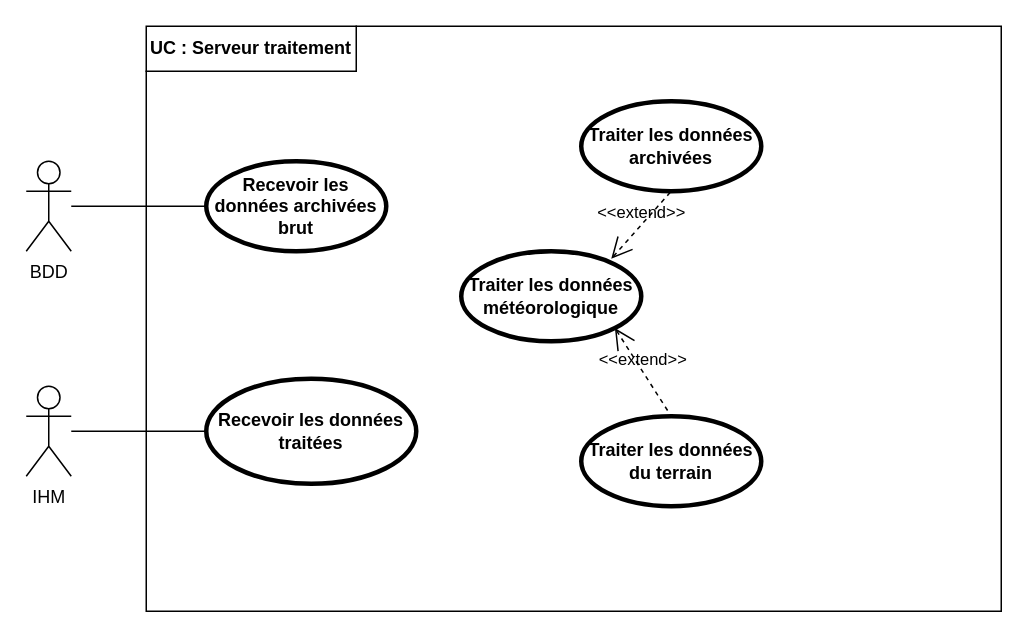
Before: documentation/Use_case_Serveur traitement.drawio in ToGen49/Hippodrome, a draw.io diagram. Source tidied: cells renumbered, new cells numbered last; positions are measured from the earlier drawing's top-left corner, leaving out a move shared by most shapes. Both pictures are drawn from the tidied source at 150%, with x=0, y=0 at pixel (26, 26).
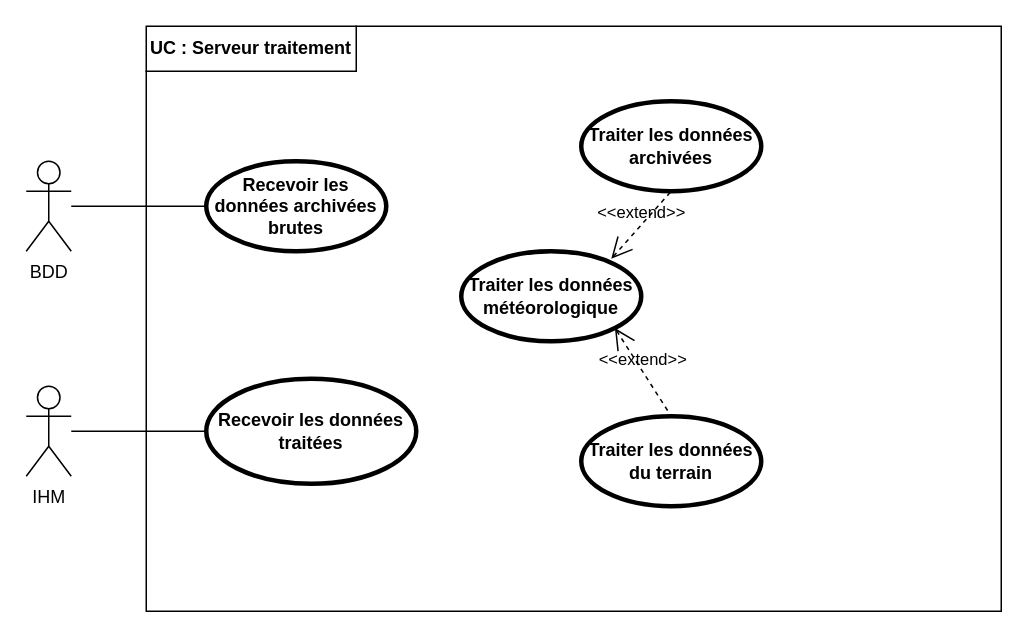
The same page after the edit.

Commit message (it also covers changes not shown here):
Mettre à jour Use_case_Serveur traitement.drawio

Diff of the diagram source:
```diff
@@
 <mxGraphModel>
   <root>
     <mxCell id="0" />
     <mxCell id="1" parent="0" />
     <mxCell id="2" style="rounded=0;whiteSpace=wrap;html=1;" parent="1" vertex="1">
       <mxGeometry x="80" width="570" height="390" as="geometry" />
     </mxCell>
     <mxCell id="3" value="BDD" style="shape=umlActor;verticalLabelPosition=bottom;verticalAlign=top;html=1;outlineConnect=0;" parent="1" vertex="1">
       <mxGeometry y="90" width="30" height="60" as="geometry" />
     </mxCell>
     <mxCell id="4" value="&lt;b&gt;UC : Serveur traitement&lt;/b&gt;" style="shape=partialRectangle;whiteSpace=wrap;html=1;top=0;left=0;fillColor=none;" parent="1" vertex="1">
       <mxGeometry x="80" width="140" height="30" as="geometry" />
     </mxCell>
     <mxCell id="5" value="IHM" style="shape=umlActor;verticalLabelPosition=bottom;verticalAlign=top;html=1;outlineConnect=0;" parent="1" vertex="1">
       <mxGeometry y="240" width="30" height="60" as="geometry" />
     </mxCell>
     <mxCell id="6" style="endArrow=none;html=1;rounded=0;exitX=0;exitY=0.5;exitDx=0;exitDy=0;" parent="1" edge="1" source="11" target="5">
       <mxGeometry relative="1" as="geometry" />
     </mxCell>
     <mxCell id="7" value="&amp;lt;&amp;lt;extend&amp;gt;&amp;gt;" style="edgeStyle=none;html=1;startArrow=open;endArrow=none;startSize=12;verticalAlign=bottom;dashed=1;labelBackgroundColor=none;rounded=0;entryX=0.5;entryY=1;entryDx=0;entryDy=0;exitX=0.5;exitY=0;exitDx=0;exitDy=0;" parent="1" edge="1" target="12">
       <mxGeometry relative="1" as="geometry">
         <mxPoint x="390" y="155" as="sourcePoint" />
       </mxGeometry>
     </mxCell>
     <mxCell id="8" value="&amp;lt;&amp;lt;extend&amp;gt;&amp;gt;" style="edgeStyle=none;html=1;startArrow=open;endArrow=none;startSize=12;verticalAlign=bottom;dashed=1;labelBackgroundColor=none;rounded=0;entryX=0.5;entryY=0;entryDx=0;entryDy=0;exitX=1;exitY=1;exitDx=0;exitDy=0;" parent="1" edge="1" source="13" target="14">
       <mxGeometry relative="1" as="geometry" />
     </mxCell>
-    <mxCell id="9" value="Recevoir les données archivées brut" style="shape=ellipse;html=1;strokeWidth=3;fontStyle=1;whiteSpace=wrap;align=center;perimeter=ellipsePerimeter;" parent="1" vertex="1">
+    <mxCell id="9" value="Recevoir les données archivées brutes" style="shape=ellipse;html=1;strokeWidth=3;fontStyle=1;whiteSpace=wrap;align=center;perimeter=ellipsePerimeter;" parent="1" vertex="1">
       <mxGeometry x="120" y="90" width="120" height="60" as="geometry" />
     </mxCell>
     <mxCell id="10" style="edgeStyle=none;html=1;endArrow=none;verticalAlign=bottom;rounded=0;" parent="1" edge="1" source="3" target="9">
       <mxGeometry relative="1" as="geometry" />
     </mxCell>
     <mxCell id="11" value="Recevoir les données traitées" style="shape=ellipse;html=1;strokeWidth=3;fontStyle=1;whiteSpace=wrap;align=center;perimeter=ellipsePerimeter;" parent="1" vertex="1">
       <mxGeometry x="120" y="235" width="140" height="70" as="geometry" />
     </mxCell>
     <mxCell id="12" value="Traiter les données archivées" style="shape=ellipse;html=1;strokeWidth=3;fontStyle=1;whiteSpace=wrap;align=center;perimeter=ellipsePerimeter;" parent="1" vertex="1">
       <mxGeometry x="370" y="50" width="120" height="60" as="geometry" />
     </mxCell>
     <mxCell id="13" value="Traiter les données météorologique" style="shape=ellipse;html=1;strokeWidth=3;fontStyle=1;whiteSpace=wrap;align=center;perimeter=ellipsePerimeter;" parent="1" vertex="1">
       <mxGeometry x="290" y="150" width="120" height="60" as="geometry" />
     </mxCell>
     <mxCell id="14" value="Traiter les données du terrain" style="shape=ellipse;html=1;strokeWidth=3;fontStyle=1;whiteSpace=wrap;align=center;perimeter=ellipsePerimeter;" parent="1" vertex="1">
       <mxGeometry x="370" y="260" width="120" height="60" as="geometry" />
     </mxCell>
   </root>
 </mxGraphModel>
```
